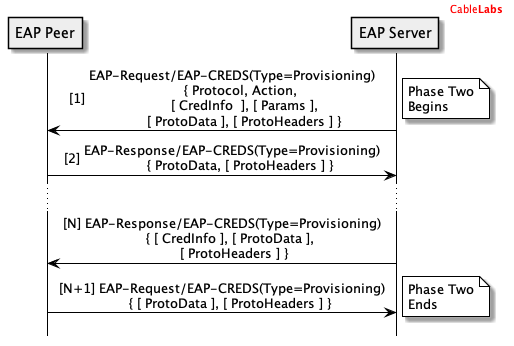
Earlier version of the PlantUML export Extras/UML/EAP-CREDS Phase Two Flow.png (openca/eap-creds). Its diagram source:
```plantuml
@startuml

header
<font color="red">Cable<b>Labs</b></font>
endheader

hide footbox

skinparam sequenceMessageAlign center
skinparam NoteBorderColor black

skinparam sequence {
	borderColor black
	ArrowColor black
	ActorBorderColor black
	ParticipantBorderColor black
	LifeLineBorderColor black
	LifeLineBackgroundColor white
}

Participant "EAP Peer" as P #eee
Participant "EAP Server" as S #eee

autonumber 1 "[##]"

S->P: EAP-Request/EAP-CREDS(Type=Provisioning)\n    { Protocol, Action,\n      [ CredInfo  ], [ Params ],\n      [ ProtoData ], [ ProtoHeaders ] }
note right #fff: Phase Two\nBegins

P->S: EAP-Response/EAP-CREDS(Type=Provisioning)\n    { ProtoData, [ ProtoHeaders ] }

autonumber stop

...

S->P: [N] EAP-Response/EAP-CREDS(Type=Provisioning)\n    { [ CredInfo ], [ ProtoData ],\n      [ ProtoHeaders ] }

P->S: [N+1] EAP-Request/EAP-CREDS(Type=Provisioning)\n    { [ ProtoData ], [ ProtoHeaders ] }
note right #fff: Phase Two\nEnds


@enduml
```
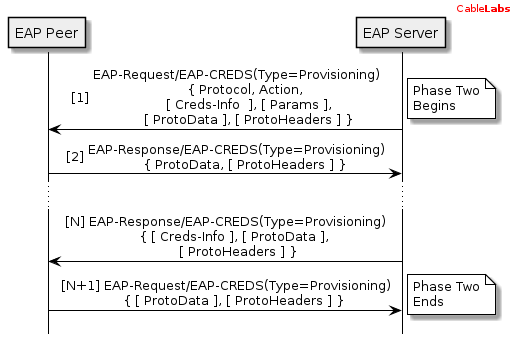
Above is the later version.

Diff of the diagram source:
```diff
@@ -23,7 +23,7 @@
 
 autonumber 1 "[##]"
 
-S->P: EAP-Request/EAP-CREDS(Type=Provisioning)\n    { Protocol, Action,\n      [ CredInfo  ], [ Params ],\n      [ ProtoData ], [ ProtoHeaders ] }
+S->P: EAP-Request/EAP-CREDS(Type=Provisioning)\n    { Protocol, Action,\n      [ Creds-Info  ], [ Params ],\n      [ ProtoData ], [ ProtoHeaders ] }
 note right #fff: Phase Two\nBegins
 
 P->S: EAP-Response/EAP-CREDS(Type=Provisioning)\n    { ProtoData, [ ProtoHeaders ] }
@@ -32,7 +32,7 @@
 
 ...
 
-S->P: [N] EAP-Response/EAP-CREDS(Type=Provisioning)\n    { [ CredInfo ], [ ProtoData ],\n      [ ProtoHeaders ] }
+S->P: [N] EAP-Response/EAP-CREDS(Type=Provisioning)\n    { [ Creds-Info ], [ ProtoData ],\n      [ ProtoHeaders ] }
 
 P->S: [N+1] EAP-Request/EAP-CREDS(Type=Provisioning)\n    { [ ProtoData ], [ ProtoHeaders ] }
 note right #fff: Phase Two\nEnds
```
